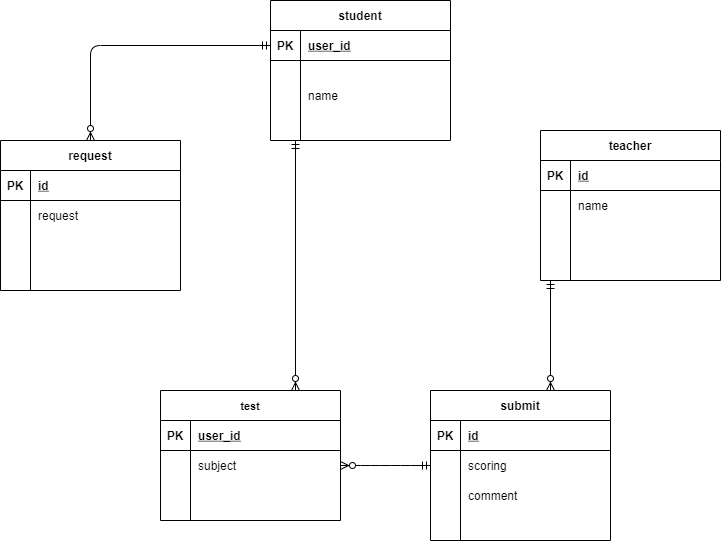
kgrkgr/datebase keeps this draw.io diagram as index.drawio.png. Above is the earlier version. Source tidied: cells renumbered, new cells last; positions are measured from the earlier drawing's top-left corner, leaving out a move shared by most shapes.
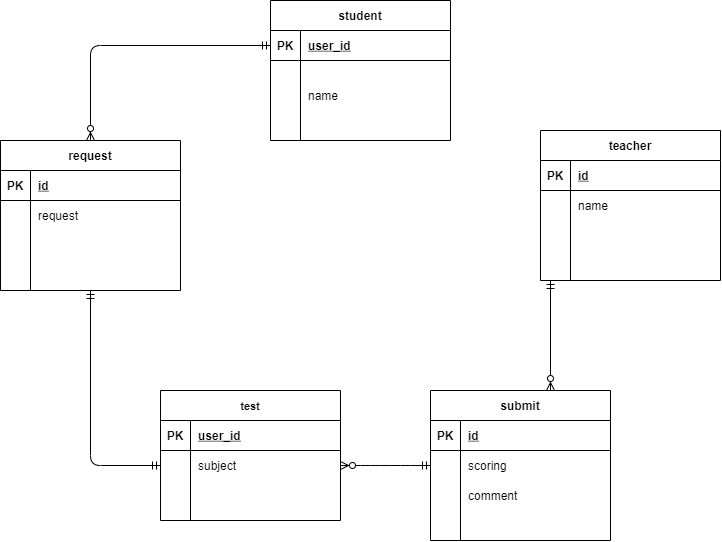
Later version of the same file.

Change to the diagram source:
```diff
@@ -193,11 +193,6 @@
         <mxPoint x="90" y="140" as="targetPoint" />
       </mxGeometry>
     </mxCell>
-    <mxCell id="65" style="fontSize=12;html=1;endArrow=ERzeroToMany;startArrow=ERmandOne;entryX=0.75;entryY=0;entryDx=0;entryDy=0;" parent="1" edge="1" target="28">
-      <mxGeometry relative="1" as="geometry">
-        <mxPoint x="295" y="140" as="sourcePoint" />
-      </mxGeometry>
-    </mxCell>
     <mxCell id="66" style="edgeStyle=entityRelationEdgeStyle;fontSize=12;html=1;endArrow=ERzeroToMany;startArrow=ERmandOne;entryX=1;entryY=0.5;entryDx=0;entryDy=0;exitX=0;exitY=0.5;exitDx=0;exitDy=0;" parent="1" edge="1" source="19" target="32">
       <mxGeometry relative="1" as="geometry" />
     </mxCell>
@@ -207,5 +202,8 @@
         <mxPoint x="550" y="390" as="targetPoint" />
       </mxGeometry>
     </mxCell>
+    <mxCell id="68" style="edgeStyle=orthogonalEdgeStyle;fontSize=12;html=1;endArrow=ERmandOne;startArrow=ERmandOne;exitX=0.5;exitY=1;exitDx=0;exitDy=0;entryX=0;entryY=0.5;entryDx=0;entryDy=0;" parent="1" edge="1" source="38" target="32">
+      <mxGeometry relative="1" as="geometry" />
+    </mxCell>
   </root>
 </mxGraphModel>
```
